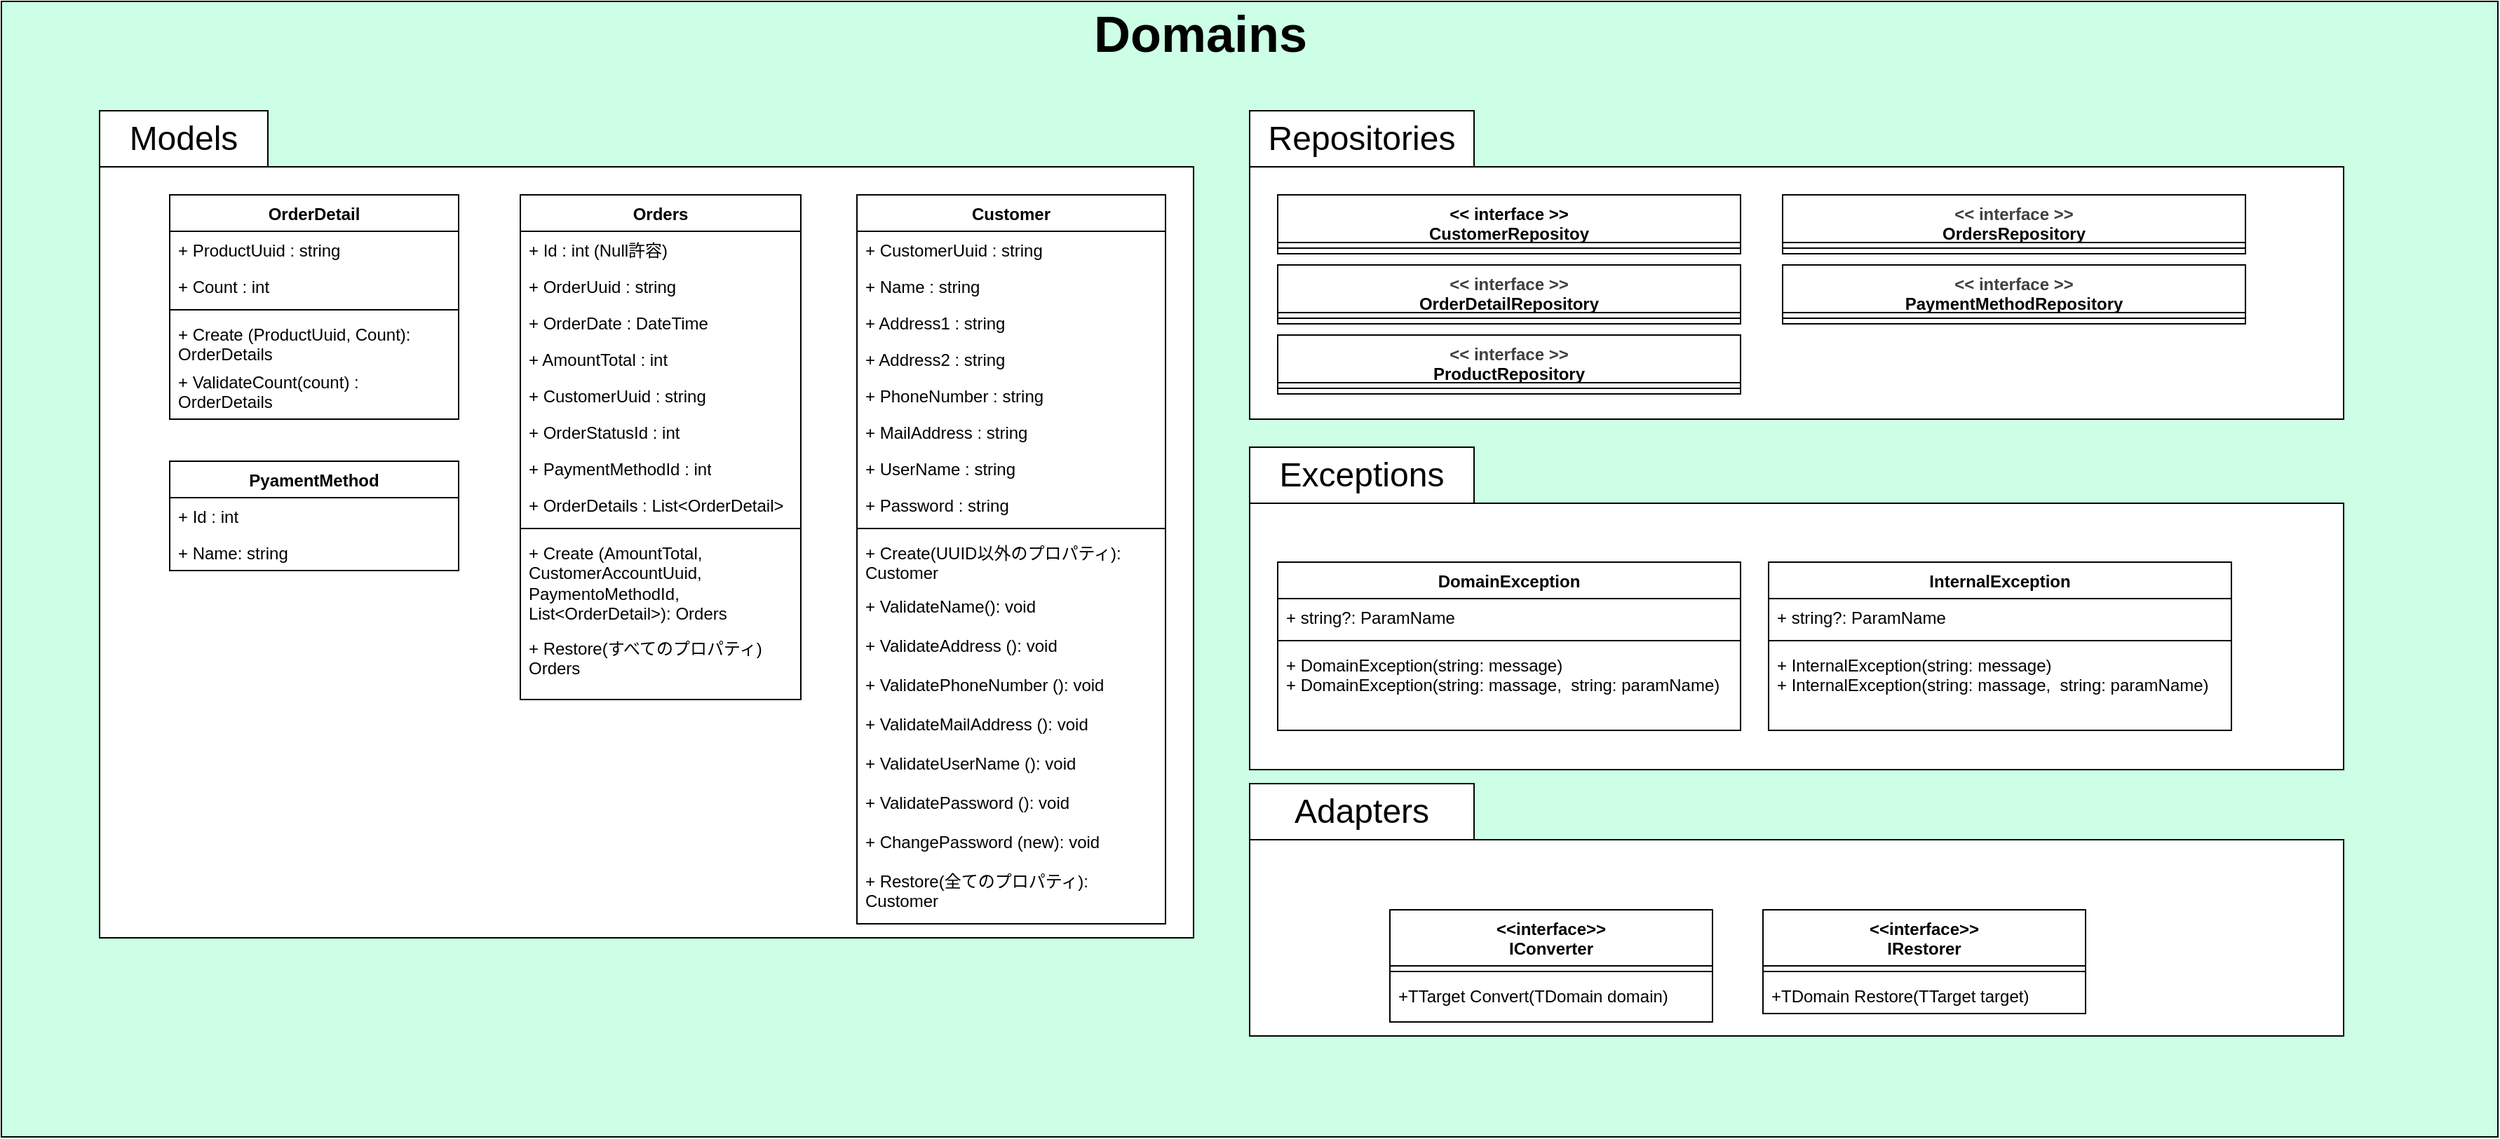
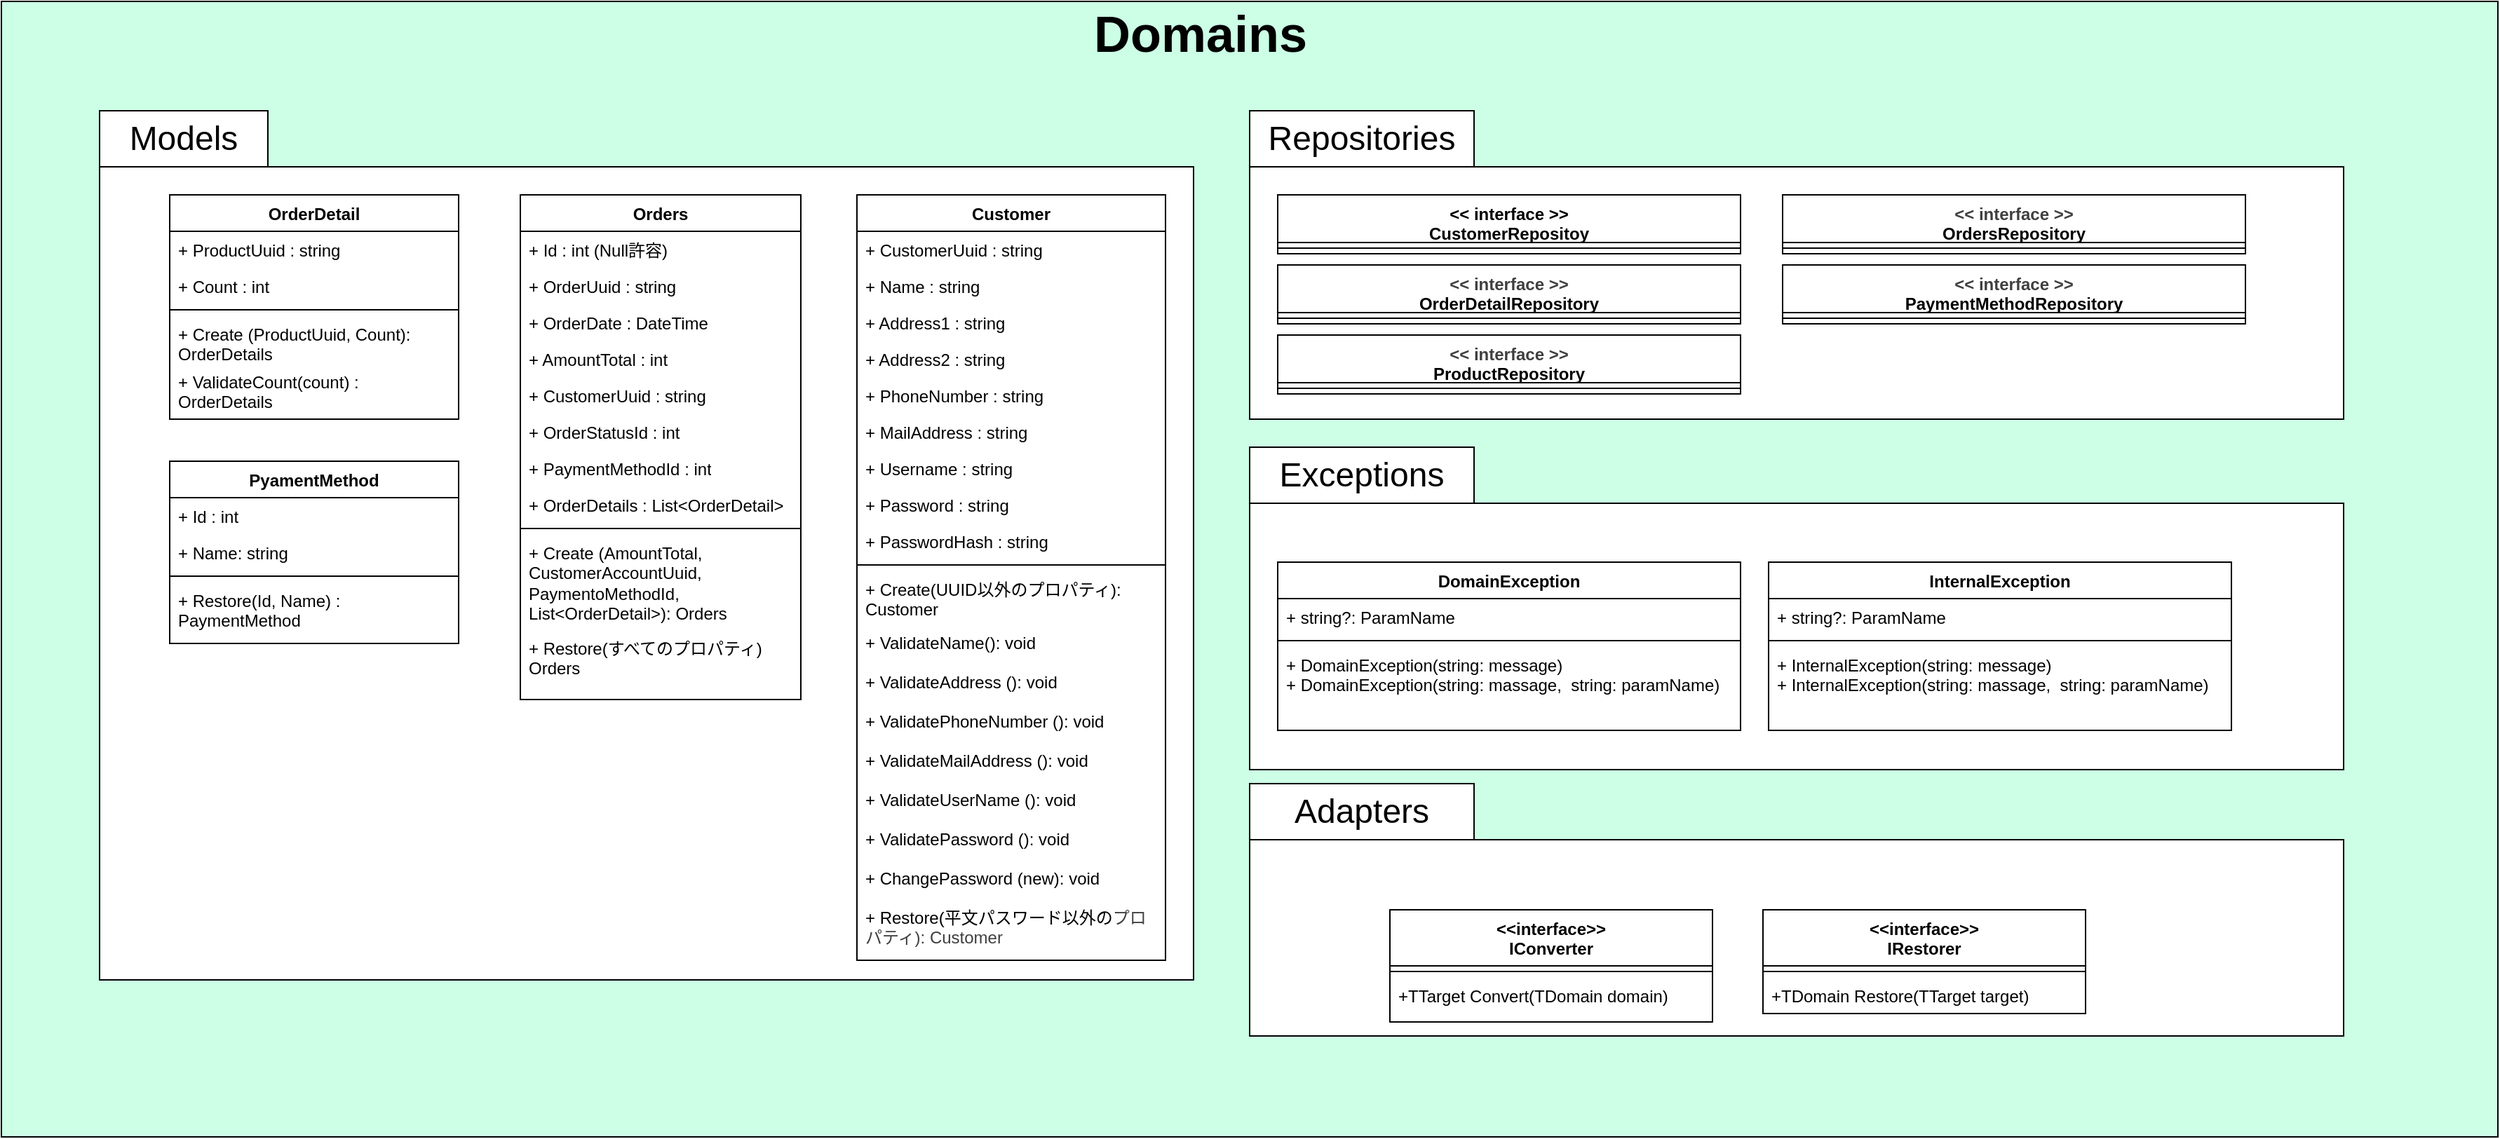
<mxfile host="65bd71144e">
    <diagram id="SwhVxfcrNr2Z_zkzJAcp" name="ページ1">
-         <mxGraphModel dx="2163" dy="616" grid="1" gridSize="10" guides="1" tooltips="1" connect="1" arrows="1" fold="1" page="1" pageScale="1" pageWidth="827" pageHeight="1169" math="0" shadow="0">
+         <mxGraphModel dx="1871" dy="481" grid="1" gridSize="10" guides="1" tooltips="1" connect="1" arrows="1" fold="1" page="1" pageScale="1" pageWidth="827" pageHeight="1169" math="0" shadow="0">
            <root>
                <mxCell id="0"/>
                <mxCell id="1" parent="0"/>
                <mxCell id="124" value="" style="rounded=0;whiteSpace=wrap;html=1;fillColor=#CCFFE6;" parent="1" vertex="1">
                    <mxGeometry x="-100" y="572" width="1780" height="810" as="geometry"/>
                </mxCell>
                <mxCell id="68" value="" style="rounded=0;whiteSpace=wrap;html=1;" parent="1" vertex="1">
-                     <mxGeometry x="-30" y="690" width="780" height="550" as="geometry"/>
+                     <mxGeometry x="-30" y="690" width="780" height="580" as="geometry"/>
                </mxCell>
                <mxCell id="2" value="Customer" style="swimlane;fontStyle=1;align=center;verticalAlign=top;childLayout=stackLayout;horizontal=1;startSize=26;horizontalStack=0;resizeParent=1;resizeParentMax=0;resizeLast=0;collapsible=1;marginBottom=0;whiteSpace=wrap;html=1;" parent="1" vertex="1">
-                     <mxGeometry x="510" y="710" width="220" height="520" as="geometry"/>
+                     <mxGeometry x="510" y="710" width="220" height="546" as="geometry"/>
                </mxCell>
                <mxCell id="3" value="+ CustomerUuid : string" style="text;strokeColor=none;fillColor=none;align=left;verticalAlign=top;spacingLeft=4;spacingRight=4;overflow=hidden;rotatable=0;points=[[0,0.5],[1,0.5]];portConstraint=eastwest;whiteSpace=wrap;html=1;" parent="2" vertex="1">
                    <mxGeometry y="26" width="220" height="26" as="geometry"/>
                </mxCell>
                <mxCell id="6" value="+ Name : string" style="text;strokeColor=none;fillColor=none;align=left;verticalAlign=top;spacingLeft=4;spacingRight=4;overflow=hidden;rotatable=0;points=[[0,0.5],[1,0.5]];portConstraint=eastwest;whiteSpace=wrap;html=1;" parent="2" vertex="1">
                    <mxGeometry y="52" width="220" height="26" as="geometry"/>
                </mxCell>
                <mxCell id="7" value="+ Address1 : string" style="text;strokeColor=none;fillColor=none;align=left;verticalAlign=top;spacingLeft=4;spacingRight=4;overflow=hidden;rotatable=0;points=[[0,0.5],[1,0.5]];portConstraint=eastwest;whiteSpace=wrap;html=1;" parent="2" vertex="1">
                    <mxGeometry y="78" width="220" height="26" as="geometry"/>
                </mxCell>
                <mxCell id="8" value="+ Address2 : string" style="text;strokeColor=none;fillColor=none;align=left;verticalAlign=top;spacingLeft=4;spacingRight=4;overflow=hidden;rotatable=0;points=[[0,0.5],[1,0.5]];portConstraint=eastwest;whiteSpace=wrap;html=1;" parent="2" vertex="1">
                    <mxGeometry y="104" width="220" height="26" as="geometry"/>
                </mxCell>
                <mxCell id="9" value="+ PhoneNumber : string" style="text;strokeColor=none;fillColor=none;align=left;verticalAlign=top;spacingLeft=4;spacingRight=4;overflow=hidden;rotatable=0;points=[[0,0.5],[1,0.5]];portConstraint=eastwest;whiteSpace=wrap;html=1;" parent="2" vertex="1">
                    <mxGeometry y="130" width="220" height="26" as="geometry"/>
                </mxCell>
                <mxCell id="10" value="+ MailAddress : string" style="text;strokeColor=none;fillColor=none;align=left;verticalAlign=top;spacingLeft=4;spacingRight=4;overflow=hidden;rotatable=0;points=[[0,0.5],[1,0.5]];portConstraint=eastwest;whiteSpace=wrap;html=1;" parent="2" vertex="1">
                    <mxGeometry y="156" width="220" height="26" as="geometry"/>
                </mxCell>
-                 <mxCell id="11" value="+ UserName : string" style="text;strokeColor=none;fillColor=none;align=left;verticalAlign=top;spacingLeft=4;spacingRight=4;overflow=hidden;rotatable=0;points=[[0,0.5],[1,0.5]];portConstraint=eastwest;whiteSpace=wrap;html=1;" parent="2" vertex="1">
+                 <mxCell id="11" value="+ Username : string" style="text;strokeColor=none;fillColor=none;align=left;verticalAlign=top;spacingLeft=4;spacingRight=4;overflow=hidden;rotatable=0;points=[[0,0.5],[1,0.5]];portConstraint=eastwest;whiteSpace=wrap;html=1;" parent="2" vertex="1">
                    <mxGeometry y="182" width="220" height="26" as="geometry"/>
                </mxCell>
                <mxCell id="12" value="+ Password : string" style="text;strokeColor=none;fillColor=none;align=left;verticalAlign=top;spacingLeft=4;spacingRight=4;overflow=hidden;rotatable=0;points=[[0,0.5],[1,0.5]];portConstraint=eastwest;whiteSpace=wrap;html=1;" parent="2" vertex="1">
                    <mxGeometry y="208" width="220" height="26" as="geometry"/>
                </mxCell>
+                 <mxCell id="126" value="+ PasswordHash : string" style="text;strokeColor=none;fillColor=none;align=left;verticalAlign=top;spacingLeft=4;spacingRight=4;overflow=hidden;rotatable=0;points=[[0,0.5],[1,0.5]];portConstraint=eastwest;whiteSpace=wrap;html=1;" vertex="1" parent="2">
+                     <mxGeometry y="234" width="220" height="26" as="geometry"/>
+                 </mxCell>
                <mxCell id="4" value="" style="line;strokeWidth=1;fillColor=none;align=left;verticalAlign=middle;spacingTop=-1;spacingLeft=3;spacingRight=3;rotatable=0;labelPosition=right;points=[];portConstraint=eastwest;strokeColor=inherit;" parent="2" vertex="1">
-                     <mxGeometry y="234" width="220" height="8" as="geometry"/>
+                     <mxGeometry y="260" width="220" height="8" as="geometry"/>
                </mxCell>
                <mxCell id="5" value="+ Create(UUID以外のプロパティ): Customer" style="text;strokeColor=none;fillColor=none;align=left;verticalAlign=top;spacingLeft=4;spacingRight=4;overflow=hidden;rotatable=0;points=[[0,0.5],[1,0.5]];portConstraint=eastwest;whiteSpace=wrap;html=1;" parent="2" vertex="1">
-                     <mxGeometry y="242" width="220" height="38" as="geometry"/>
+                     <mxGeometry y="268" width="220" height="38" as="geometry"/>
                </mxCell>
                <mxCell id="14" value="+ ValidateName(): void" style="text;strokeColor=none;fillColor=none;align=left;verticalAlign=top;spacingLeft=4;spacingRight=4;overflow=hidden;rotatable=0;points=[[0,0.5],[1,0.5]];portConstraint=eastwest;whiteSpace=wrap;html=1;" parent="2" vertex="1">
-                     <mxGeometry y="280" width="220" height="28" as="geometry"/>
+                     <mxGeometry y="306" width="220" height="28" as="geometry"/>
                </mxCell>
                <mxCell id="16" value="+ Validate&lt;span style=&quot;color: rgb(0, 0, 0);&quot;&gt;Address&amp;nbsp;&lt;/span&gt;(): void" style="text;strokeColor=none;fillColor=none;align=left;verticalAlign=top;spacingLeft=4;spacingRight=4;overflow=hidden;rotatable=0;points=[[0,0.5],[1,0.5]];portConstraint=eastwest;whiteSpace=wrap;html=1;" parent="2" vertex="1">
-                     <mxGeometry y="308" width="220" height="28" as="geometry"/>
+                     <mxGeometry y="334" width="220" height="28" as="geometry"/>
                </mxCell>
                <mxCell id="17" value="+ Validate&lt;span style=&quot;color: rgb(0, 0, 0);&quot;&gt;PhoneNumber &lt;/span&gt;(): void" style="text;strokeColor=none;fillColor=none;align=left;verticalAlign=top;spacingLeft=4;spacingRight=4;overflow=hidden;rotatable=0;points=[[0,0.5],[1,0.5]];portConstraint=eastwest;whiteSpace=wrap;html=1;" parent="2" vertex="1">
-                     <mxGeometry y="336" width="220" height="28" as="geometry"/>
+                     <mxGeometry y="362" width="220" height="28" as="geometry"/>
                </mxCell>
                <mxCell id="18" value="+ Validate&lt;span style=&quot;color: rgb(0, 0, 0);&quot;&gt;MailAddress &lt;/span&gt;(): void" style="text;strokeColor=none;fillColor=none;align=left;verticalAlign=top;spacingLeft=4;spacingRight=4;overflow=hidden;rotatable=0;points=[[0,0.5],[1,0.5]];portConstraint=eastwest;whiteSpace=wrap;html=1;" parent="2" vertex="1">
-                     <mxGeometry y="364" width="220" height="28" as="geometry"/>
+                     <mxGeometry y="390" width="220" height="28" as="geometry"/>
                </mxCell>
                <mxCell id="19" value="+ Validate&lt;span style=&quot;color: rgb(0, 0, 0);&quot;&gt;UserName &lt;/span&gt;(): void" style="text;strokeColor=none;fillColor=none;align=left;verticalAlign=top;spacingLeft=4;spacingRight=4;overflow=hidden;rotatable=0;points=[[0,0.5],[1,0.5]];portConstraint=eastwest;whiteSpace=wrap;html=1;" parent="2" vertex="1">
-                     <mxGeometry y="392" width="220" height="28" as="geometry"/>
+                     <mxGeometry y="418" width="220" height="28" as="geometry"/>
                </mxCell>
                <mxCell id="20" value="+ Validate&lt;span style=&quot;color: rgb(0, 0, 0);&quot;&gt;Password &lt;/span&gt;(): void" style="text;strokeColor=none;fillColor=none;align=left;verticalAlign=top;spacingLeft=4;spacingRight=4;overflow=hidden;rotatable=0;points=[[0,0.5],[1,0.5]];portConstraint=eastwest;whiteSpace=wrap;html=1;" parent="2" vertex="1">
-                     <mxGeometry y="420" width="220" height="28" as="geometry"/>
+                     <mxGeometry y="446" width="220" height="28" as="geometry"/>
                </mxCell>
                <mxCell id="102" value="+ Change&lt;span style=&quot;color: rgb(0, 0, 0);&quot;&gt;Password &lt;/span&gt;(new): void" style="text;strokeColor=none;fillColor=none;align=left;verticalAlign=top;spacingLeft=4;spacingRight=4;overflow=hidden;rotatable=0;points=[[0,0.5],[1,0.5]];portConstraint=eastwest;whiteSpace=wrap;html=1;" parent="2" vertex="1">
-                     <mxGeometry y="448" width="220" height="28" as="geometry"/>
-                 </mxCell>
-                 <mxCell id="15" value="+ Restore(全てのプロパティ): Customer" style="text;strokeColor=none;fillColor=none;align=left;verticalAlign=top;spacingLeft=4;spacingRight=4;overflow=hidden;rotatable=0;points=[[0,0.5],[1,0.5]];portConstraint=eastwest;whiteSpace=wrap;html=1;" parent="2" vertex="1">
-                     <mxGeometry y="476" width="220" height="44" as="geometry"/>
+                     <mxGeometry y="474" width="220" height="28" as="geometry"/>
+                 </mxCell>
+                 <mxCell id="15" value="+ Restore(平文パスワード以外の&lt;span style=&quot;color: rgb(63, 63, 63); background-color: transparent;&quot;&gt;プロパティ): Customer&lt;/span&gt;" style="text;strokeColor=none;fillColor=none;align=left;verticalAlign=top;spacingLeft=4;spacingRight=4;overflow=hidden;rotatable=0;points=[[0,0.5],[1,0.5]];portConstraint=eastwest;whiteSpace=wrap;html=1;" parent="2" vertex="1">
+                     <mxGeometry y="502" width="220" height="44" as="geometry"/>
                </mxCell>
                <mxCell id="25" value="Orders" style="swimlane;fontStyle=1;align=center;verticalAlign=top;childLayout=stackLayout;horizontal=1;startSize=26;horizontalStack=0;resizeParent=1;resizeParentMax=0;resizeLast=0;collapsible=1;marginBottom=0;whiteSpace=wrap;html=1;" parent="1" vertex="1">
                    <mxGeometry x="270" y="710" width="200" height="360" as="geometry"/>
                </mxCell>
                <mxCell id="26" value="+ Id : int (Null許容)" style="text;strokeColor=none;fillColor=none;align=left;verticalAlign=top;spacingLeft=4;spacingRight=4;overflow=hidden;rotatable=0;points=[[0,0.5],[1,0.5]];portConstraint=eastwest;whiteSpace=wrap;html=1;" parent="25" vertex="1">
                    <mxGeometry y="26" width="200" height="26" as="geometry"/>
                </mxCell>
                <mxCell id="40" value="+ OrderUuid : string" style="text;strokeColor=none;fillColor=none;align=left;verticalAlign=top;spacingLeft=4;spacingRight=4;overflow=hidden;rotatable=0;points=[[0,0.5],[1,0.5]];portConstraint=eastwest;whiteSpace=wrap;html=1;" parent="25" vertex="1">
                    <mxGeometry y="52" width="200" height="26" as="geometry"/>
                </mxCell>
                <mxCell id="44" value="+ OrderDate : DateTime" style="text;strokeColor=none;fillColor=none;align=left;verticalAlign=top;spacingLeft=4;spacingRight=4;overflow=hidden;rotatable=0;points=[[0,0.5],[1,0.5]];portConstraint=eastwest;whiteSpace=wrap;html=1;" parent="25" vertex="1">
                    <mxGeometry y="78" width="200" height="26" as="geometry"/>
                </mxCell>
                <mxCell id="43" value="+ AmountTotal : int" style="text;strokeColor=none;fillColor=none;align=left;verticalAlign=top;spacingLeft=4;spacingRight=4;overflow=hidden;rotatable=0;points=[[0,0.5],[1,0.5]];portConstraint=eastwest;whiteSpace=wrap;html=1;" parent="25" vertex="1">
                    <mxGeometry y="104" width="200" height="26" as="geometry"/>
                </mxCell>
                <mxCell id="42" value="+ CustomerUuid : string" style="text;strokeColor=none;fillColor=none;align=left;verticalAlign=top;spacingLeft=4;spacingRight=4;overflow=hidden;rotatable=0;points=[[0,0.5],[1,0.5]];portConstraint=eastwest;whiteSpace=wrap;html=1;" parent="25" vertex="1">
                    <mxGeometry y="130" width="200" height="26" as="geometry"/>
                </mxCell>
                <mxCell id="41" value="+ OrderStatusId : int" style="text;strokeColor=none;fillColor=none;align=left;verticalAlign=top;spacingLeft=4;spacingRight=4;overflow=hidden;rotatable=0;points=[[0,0.5],[1,0.5]];portConstraint=eastwest;whiteSpace=wrap;html=1;" parent="25" vertex="1">
                    <mxGeometry y="156" width="200" height="26" as="geometry"/>
                </mxCell>
                <mxCell id="47" value="+ PaymentMethodId : int" style="text;strokeColor=none;fillColor=none;align=left;verticalAlign=top;spacingLeft=4;spacingRight=4;overflow=hidden;rotatable=0;points=[[0,0.5],[1,0.5]];portConstraint=eastwest;whiteSpace=wrap;html=1;" parent="25" vertex="1">
                    <mxGeometry y="182" width="200" height="26" as="geometry"/>
                </mxCell>
                <mxCell id="46" value="+ OrderDetails : List&amp;lt;OrderDetail&amp;gt;" style="text;strokeColor=none;fillColor=none;align=left;verticalAlign=top;spacingLeft=4;spacingRight=4;overflow=hidden;rotatable=0;points=[[0,0.5],[1,0.5]];portConstraint=eastwest;whiteSpace=wrap;html=1;" parent="25" vertex="1">
                    <mxGeometry y="208" width="200" height="26" as="geometry"/>
                </mxCell>
                <mxCell id="27" value="" style="line;strokeWidth=1;fillColor=none;align=left;verticalAlign=middle;spacingTop=-1;spacingLeft=3;spacingRight=3;rotatable=0;labelPosition=right;points=[];portConstraint=eastwest;strokeColor=inherit;" parent="25" vertex="1">
                    <mxGeometry y="234" width="200" height="8" as="geometry"/>
                </mxCell>
                <mxCell id="49" value="+ Create (AmountTotal, CustomerAccountUuid, PaymentoMethodId, List&amp;lt;OrderDetail&amp;gt;): Orders" style="text;strokeColor=none;fillColor=none;align=left;verticalAlign=top;spacingLeft=4;spacingRight=4;overflow=hidden;rotatable=0;points=[[0,0.5],[1,0.5]];portConstraint=eastwest;whiteSpace=wrap;html=1;" parent="25" vertex="1">
                    <mxGeometry y="242" width="200" height="68" as="geometry"/>
                </mxCell>
                <mxCell id="28" value="+ Restore(すべてのプロパティ) Orders" style="text;strokeColor=none;fillColor=none;align=left;verticalAlign=top;spacingLeft=4;spacingRight=4;overflow=hidden;rotatable=0;points=[[0,0.5],[1,0.5]];portConstraint=eastwest;whiteSpace=wrap;html=1;" parent="25" vertex="1">
                    <mxGeometry y="310" width="200" height="50" as="geometry"/>
                </mxCell>
                <mxCell id="51" value="OrderDetail" style="swimlane;fontStyle=1;align=center;verticalAlign=top;childLayout=stackLayout;horizontal=1;startSize=26;horizontalStack=0;resizeParent=1;resizeParentMax=0;resizeLast=0;collapsible=1;marginBottom=0;whiteSpace=wrap;html=1;" parent="1" vertex="1">
                    <mxGeometry x="20" y="710" width="206" height="160" as="geometry"/>
                </mxCell>
                <mxCell id="52" value="+ ProductUuid : string" style="text;strokeColor=none;fillColor=none;align=left;verticalAlign=top;spacingLeft=4;spacingRight=4;overflow=hidden;rotatable=0;points=[[0,0.5],[1,0.5]];portConstraint=eastwest;whiteSpace=wrap;html=1;" parent="51" vertex="1">
                    <mxGeometry y="26" width="206" height="26" as="geometry"/>
                </mxCell>
                <mxCell id="53" value="+ Count : int" style="text;strokeColor=none;fillColor=none;align=left;verticalAlign=top;spacingLeft=4;spacingRight=4;overflow=hidden;rotatable=0;points=[[0,0.5],[1,0.5]];portConstraint=eastwest;whiteSpace=wrap;html=1;" parent="51" vertex="1">
                    <mxGeometry y="52" width="206" height="26" as="geometry"/>
                </mxCell>
                <mxCell id="59" value="" style="line;strokeWidth=1;fillColor=none;align=left;verticalAlign=middle;spacingTop=-1;spacingLeft=3;spacingRight=3;rotatable=0;labelPosition=right;points=[];portConstraint=eastwest;strokeColor=inherit;" parent="51" vertex="1">
                    <mxGeometry y="78" width="206" height="8" as="geometry"/>
                </mxCell>
                <mxCell id="61" value="+ Create (ProductUuid, Count): OrderDetails" style="text;strokeColor=none;fillColor=none;align=left;verticalAlign=top;spacingLeft=4;spacingRight=4;overflow=hidden;rotatable=0;points=[[0,0.5],[1,0.5]];portConstraint=eastwest;whiteSpace=wrap;html=1;" parent="51" vertex="1">
                    <mxGeometry y="86" width="206" height="34" as="geometry"/>
                </mxCell>
                <mxCell id="60" value="+ ValidateCount(count) : OrderDetails" style="text;strokeColor=none;fillColor=none;align=left;verticalAlign=top;spacingLeft=4;spacingRight=4;overflow=hidden;rotatable=0;points=[[0,0.5],[1,0.5]];portConstraint=eastwest;whiteSpace=wrap;html=1;" parent="51" vertex="1">
                    <mxGeometry y="120" width="206" height="40" as="geometry"/>
                </mxCell>
                <mxCell id="62" value="PyamentMethod" style="swimlane;fontStyle=1;align=center;verticalAlign=top;childLayout=stackLayout;horizontal=1;startSize=26;horizontalStack=0;resizeParent=1;resizeParentMax=0;resizeLast=0;collapsible=1;marginBottom=0;whiteSpace=wrap;html=1;" parent="1" vertex="1">
-                     <mxGeometry x="20" y="900" width="206" height="78" as="geometry"/>
+                     <mxGeometry x="20" y="900" width="206" height="130" as="geometry"/>
                </mxCell>
                <mxCell id="63" value="+ Id : int" style="text;strokeColor=none;fillColor=none;align=left;verticalAlign=top;spacingLeft=4;spacingRight=4;overflow=hidden;rotatable=0;points=[[0,0.5],[1,0.5]];portConstraint=eastwest;whiteSpace=wrap;html=1;" parent="62" vertex="1">
                    <mxGeometry y="26" width="206" height="26" as="geometry"/>
                </mxCell>
                <mxCell id="64" value="+ Name: string" style="text;strokeColor=none;fillColor=none;align=left;verticalAlign=top;spacingLeft=4;spacingRight=4;overflow=hidden;rotatable=0;points=[[0,0.5],[1,0.5]];portConstraint=eastwest;whiteSpace=wrap;html=1;" parent="62" vertex="1">
                    <mxGeometry y="52" width="206" height="26" as="geometry"/>
+                 </mxCell>
+                 <mxCell id="128" value="" style="line;strokeWidth=1;fillColor=none;align=left;verticalAlign=middle;spacingTop=-1;spacingLeft=3;spacingRight=3;rotatable=0;labelPosition=right;points=[];portConstraint=eastwest;strokeColor=inherit;" vertex="1" parent="62">
+                     <mxGeometry y="78" width="206" height="8" as="geometry"/>
+                 </mxCell>
+                 <mxCell id="127" value="+ Restore(Id, Name) : PaymentMethod" style="text;strokeColor=none;fillColor=none;align=left;verticalAlign=top;spacingLeft=4;spacingRight=4;overflow=hidden;rotatable=0;points=[[0,0.5],[1,0.5]];portConstraint=eastwest;whiteSpace=wrap;html=1;" vertex="1" parent="62">
+                     <mxGeometry y="86" width="206" height="44" as="geometry"/>
                </mxCell>
                <mxCell id="69" value="&lt;font style=&quot;font-size: 24px;&quot;&gt;Models&lt;/font&gt;" style="rounded=0;whiteSpace=wrap;html=1;" parent="1" vertex="1">
                    <mxGeometry x="-30" y="650" width="120" height="40" as="geometry"/>
                </mxCell>
                <mxCell id="70" value="" style="rounded=0;whiteSpace=wrap;html=1;" parent="1" vertex="1">
                    <mxGeometry x="790" y="690" width="780" height="180" as="geometry"/>
                </mxCell>
                <mxCell id="71" value="&lt;font style=&quot;font-size: 24px;&quot;&gt;Repositories&lt;/font&gt;" style="rounded=0;whiteSpace=wrap;html=1;" parent="1" vertex="1">
                    <mxGeometry x="790" y="650" width="160" height="40" as="geometry"/>
                </mxCell>
                <mxCell id="72" value="" style="rounded=0;whiteSpace=wrap;html=1;" parent="1" vertex="1">
                    <mxGeometry x="790" y="930" width="780" height="190" as="geometry"/>
                </mxCell>
                <mxCell id="73" value="&lt;font style=&quot;font-size: 24px;&quot;&gt;Exceptions&lt;/font&gt;" style="rounded=0;whiteSpace=wrap;html=1;" parent="1" vertex="1">
                    <mxGeometry x="790" y="890" width="160" height="40" as="geometry"/>
                </mxCell>
                <mxCell id="78" value="DomainException" style="swimlane;fontStyle=1;align=center;verticalAlign=top;childLayout=stackLayout;horizontal=1;startSize=26;horizontalStack=0;resizeParent=1;resizeParentMax=0;resizeLast=0;collapsible=1;marginBottom=0;whiteSpace=wrap;html=1;" parent="1" vertex="1">
                    <mxGeometry x="810" y="972" width="330" height="120" as="geometry"/>
                </mxCell>
                <mxCell id="79" value="+ string?: ParamName" style="text;strokeColor=none;fillColor=none;align=left;verticalAlign=top;spacingLeft=4;spacingRight=4;overflow=hidden;rotatable=0;points=[[0,0.5],[1,0.5]];portConstraint=eastwest;whiteSpace=wrap;html=1;" parent="78" vertex="1">
                    <mxGeometry y="26" width="330" height="26" as="geometry"/>
                </mxCell>
                <mxCell id="80" value="" style="line;strokeWidth=1;fillColor=none;align=left;verticalAlign=middle;spacingTop=-1;spacingLeft=3;spacingRight=3;rotatable=0;labelPosition=right;points=[];portConstraint=eastwest;strokeColor=inherit;" parent="78" vertex="1">
                    <mxGeometry y="52" width="330" height="8" as="geometry"/>
                </mxCell>
                <mxCell id="81" value="+ DomainException(string: message)&lt;div&gt;+ DomainException(string: massage,&amp;nbsp; string: paramName)&lt;/div&gt;" style="text;strokeColor=none;fillColor=none;align=left;verticalAlign=top;spacingLeft=4;spacingRight=4;overflow=hidden;rotatable=0;points=[[0,0.5],[1,0.5]];portConstraint=eastwest;whiteSpace=wrap;html=1;" parent="78" vertex="1">
                    <mxGeometry y="60" width="330" height="60" as="geometry"/>
                </mxCell>
                <mxCell id="82" value="InternalException" style="swimlane;fontStyle=1;align=center;verticalAlign=top;childLayout=stackLayout;horizontal=1;startSize=26;horizontalStack=0;resizeParent=1;resizeParentMax=0;resizeLast=0;collapsible=1;marginBottom=0;whiteSpace=wrap;html=1;" parent="1" vertex="1">
                    <mxGeometry x="1160" y="972" width="330" height="120" as="geometry"/>
                </mxCell>
                <mxCell id="83" value="+ string?: ParamName" style="text;strokeColor=none;fillColor=none;align=left;verticalAlign=top;spacingLeft=4;spacingRight=4;overflow=hidden;rotatable=0;points=[[0,0.5],[1,0.5]];portConstraint=eastwest;whiteSpace=wrap;html=1;" parent="82" vertex="1">
                    <mxGeometry y="26" width="330" height="26" as="geometry"/>
                </mxCell>
                <mxCell id="84" value="" style="line;strokeWidth=1;fillColor=none;align=left;verticalAlign=middle;spacingTop=-1;spacingLeft=3;spacingRight=3;rotatable=0;labelPosition=right;points=[];portConstraint=eastwest;strokeColor=inherit;" parent="82" vertex="1">
                    <mxGeometry y="52" width="330" height="8" as="geometry"/>
                </mxCell>
                <mxCell id="85" value="+ InternalException(string: message)&lt;div&gt;+ InternalException(string: massage,&amp;nbsp; string: paramName)&lt;/div&gt;" style="text;strokeColor=none;fillColor=none;align=left;verticalAlign=top;spacingLeft=4;spacingRight=4;overflow=hidden;rotatable=0;points=[[0,0.5],[1,0.5]];portConstraint=eastwest;whiteSpace=wrap;html=1;" parent="82" vertex="1">
                    <mxGeometry y="60" width="330" height="60" as="geometry"/>
                </mxCell>
                <mxCell id="86" value="" style="rounded=0;whiteSpace=wrap;html=1;" parent="1" vertex="1">
                    <mxGeometry x="790" y="1170" width="780" height="140" as="geometry"/>
                </mxCell>
                <mxCell id="87" value="&lt;font style=&quot;font-size: 24px;&quot;&gt;Adapters&lt;/font&gt;" style="rounded=0;whiteSpace=wrap;html=1;" parent="1" vertex="1">
                    <mxGeometry x="790" y="1130" width="160" height="40" as="geometry"/>
                </mxCell>
                <mxCell id="96" value="&amp;lt;&amp;lt;interface&amp;gt;&amp;gt;&lt;div&gt;IConverter&lt;/div&gt;" style="swimlane;fontStyle=1;align=center;verticalAlign=top;childLayout=stackLayout;horizontal=1;startSize=40;horizontalStack=0;resizeParent=1;resizeParentMax=0;resizeLast=0;collapsible=1;marginBottom=0;whiteSpace=wrap;html=1;" parent="1" vertex="1">
                    <mxGeometry x="890" y="1220" width="230" height="80" as="geometry"/>
                </mxCell>
                <mxCell id="97" value="" style="line;strokeWidth=1;fillColor=none;align=left;verticalAlign=middle;spacingTop=-1;spacingLeft=3;spacingRight=3;rotatable=0;labelPosition=right;points=[];portConstraint=eastwest;strokeColor=inherit;" parent="96" vertex="1">
                    <mxGeometry y="40" width="230" height="8" as="geometry"/>
                </mxCell>
                <mxCell id="98" value="+TTarget Convert(TDomain domain)" style="text;strokeColor=none;fillColor=none;align=left;verticalAlign=top;spacingLeft=4;spacingRight=4;overflow=hidden;rotatable=0;points=[[0,0.5],[1,0.5]];portConstraint=eastwest;whiteSpace=wrap;html=1;" parent="96" vertex="1">
                    <mxGeometry y="48" width="230" height="32" as="geometry"/>
                </mxCell>
                <mxCell id="99" value="&amp;lt;&amp;lt;interface&amp;gt;&amp;gt;&lt;div&gt;IRestorer&lt;/div&gt;" style="swimlane;fontStyle=1;align=center;verticalAlign=top;childLayout=stackLayout;horizontal=1;startSize=40;horizontalStack=0;resizeParent=1;resizeParentMax=0;resizeLast=0;collapsible=1;marginBottom=0;whiteSpace=wrap;html=1;" parent="1" vertex="1">
                    <mxGeometry x="1156" y="1220" width="230" height="74" as="geometry"/>
                </mxCell>
                <mxCell id="100" value="" style="line;strokeWidth=1;fillColor=none;align=left;verticalAlign=middle;spacingTop=-1;spacingLeft=3;spacingRight=3;rotatable=0;labelPosition=right;points=[];portConstraint=eastwest;strokeColor=inherit;" parent="99" vertex="1">
                    <mxGeometry y="40" width="230" height="8" as="geometry"/>
                </mxCell>
                <mxCell id="101" value="+TDomain Restore(TTarget target)" style="text;strokeColor=none;fillColor=none;align=left;verticalAlign=top;spacingLeft=4;spacingRight=4;overflow=hidden;rotatable=0;points=[[0,0.5],[1,0.5]];portConstraint=eastwest;whiteSpace=wrap;html=1;" parent="99" vertex="1">
                    <mxGeometry y="48" width="230" height="26" as="geometry"/>
                </mxCell>
                <mxCell id="103" value="&lt;div&gt;&lt;span style=&quot;background-color: transparent;&quot;&gt;&amp;lt;&amp;lt; interface &amp;gt;&amp;gt;&lt;/span&gt;&lt;/div&gt;&lt;div&gt;&lt;span style=&quot;background-color: transparent;&quot;&gt;CustomerRepositoy&lt;/span&gt;&lt;/div&gt;" style="swimlane;fontStyle=1;align=center;verticalAlign=top;childLayout=stackLayout;horizontal=1;startSize=34;horizontalStack=0;resizeParent=1;resizeParentMax=0;resizeLast=0;collapsible=1;marginBottom=0;whiteSpace=wrap;html=1;" parent="1" vertex="1">
                    <mxGeometry x="810" y="710" width="330" height="42" as="geometry"/>
                </mxCell>
                <mxCell id="104" value="" style="line;strokeWidth=1;fillColor=none;align=left;verticalAlign=middle;spacingTop=-1;spacingLeft=3;spacingRight=3;rotatable=0;labelPosition=right;points=[];portConstraint=eastwest;strokeColor=inherit;" parent="103" vertex="1">
                    <mxGeometry y="34" width="330" height="8" as="geometry"/>
                </mxCell>
                <mxCell id="109" value="&lt;div&gt;&lt;div style=&quot;color: rgb(63, 63, 63); scrollbar-color: rgb(226, 226, 226) rgb(251, 251, 251);&quot;&gt;&lt;span style=&quot;color: rgb(63, 63, 63); scrollbar-color: rgb(226, 226, 226) rgb(251, 251, 251); background-color: transparent;&quot;&gt;&amp;lt;&amp;lt; interface &amp;gt;&amp;gt;&lt;/span&gt;&lt;/div&gt;&lt;/div&gt;PaymentMethodRepository" style="swimlane;fontStyle=1;align=center;verticalAlign=top;childLayout=stackLayout;horizontal=1;startSize=34;horizontalStack=0;resizeParent=1;resizeParentMax=0;resizeLast=0;collapsible=1;marginBottom=0;whiteSpace=wrap;html=1;" parent="1" vertex="1">
                    <mxGeometry x="1170" y="760" width="330" height="42" as="geometry"/>
                </mxCell>
                <mxCell id="110" value="" style="line;strokeWidth=1;fillColor=none;align=left;verticalAlign=middle;spacingTop=-1;spacingLeft=3;spacingRight=3;rotatable=0;labelPosition=right;points=[];portConstraint=eastwest;strokeColor=inherit;" parent="109" vertex="1">
                    <mxGeometry y="34" width="330" height="8" as="geometry"/>
                </mxCell>
                <mxCell id="112" value="&lt;div&gt;&lt;div style=&quot;color: rgb(63, 63, 63); scrollbar-color: rgb(226, 226, 226) rgb(251, 251, 251);&quot;&gt;&lt;span style=&quot;color: rgb(63, 63, 63); scrollbar-color: rgb(226, 226, 226) rgb(251, 251, 251); background-color: transparent;&quot;&gt;&amp;lt;&amp;lt; interface &amp;gt;&amp;gt;&lt;/span&gt;&lt;/div&gt;&lt;/div&gt;ProductRepository" style="swimlane;fontStyle=1;align=center;verticalAlign=top;childLayout=stackLayout;horizontal=1;startSize=34;horizontalStack=0;resizeParent=1;resizeParentMax=0;resizeLast=0;collapsible=1;marginBottom=0;whiteSpace=wrap;html=1;" parent="1" vertex="1">
                    <mxGeometry x="810" y="810" width="330" height="42" as="geometry"/>
                </mxCell>
                <mxCell id="113" value="" style="line;strokeWidth=1;fillColor=none;align=left;verticalAlign=middle;spacingTop=-1;spacingLeft=3;spacingRight=3;rotatable=0;labelPosition=right;points=[];portConstraint=eastwest;strokeColor=inherit;" parent="112" vertex="1">
                    <mxGeometry y="34" width="330" height="8" as="geometry"/>
                </mxCell>
                <mxCell id="115" value="&lt;div&gt;&lt;div style=&quot;color: rgb(63, 63, 63); scrollbar-color: rgb(226, 226, 226) rgb(251, 251, 251);&quot;&gt;&lt;span style=&quot;color: rgb(63, 63, 63); scrollbar-color: rgb(226, 226, 226) rgb(251, 251, 251); background-color: transparent;&quot;&gt;&amp;lt;&amp;lt; interface &amp;gt;&amp;gt;&lt;/span&gt;&lt;/div&gt;&lt;/div&gt;OrdersRepository" style="swimlane;fontStyle=1;align=center;verticalAlign=top;childLayout=stackLayout;horizontal=1;startSize=34;horizontalStack=0;resizeParent=1;resizeParentMax=0;resizeLast=0;collapsible=1;marginBottom=0;whiteSpace=wrap;html=1;" parent="1" vertex="1">
                    <mxGeometry x="1170" y="710" width="330" height="42" as="geometry"/>
                </mxCell>
                <mxCell id="116" value="" style="line;strokeWidth=1;fillColor=none;align=left;verticalAlign=middle;spacingTop=-1;spacingLeft=3;spacingRight=3;rotatable=0;labelPosition=right;points=[];portConstraint=eastwest;strokeColor=inherit;" parent="115" vertex="1">
                    <mxGeometry y="34" width="330" height="8" as="geometry"/>
                </mxCell>
                <mxCell id="120" value="&lt;div&gt;&lt;div style=&quot;color: rgb(63, 63, 63); scrollbar-color: rgb(226, 226, 226) rgb(251, 251, 251);&quot;&gt;&lt;span style=&quot;color: rgb(63, 63, 63); scrollbar-color: rgb(226, 226, 226) rgb(251, 251, 251); background-color: transparent;&quot;&gt;&amp;lt;&amp;lt; interface &amp;gt;&amp;gt;&lt;/span&gt;&lt;/div&gt;&lt;/div&gt;OrderDetailRepository" style="swimlane;fontStyle=1;align=center;verticalAlign=top;childLayout=stackLayout;horizontal=1;startSize=34;horizontalStack=0;resizeParent=1;resizeParentMax=0;resizeLast=0;collapsible=1;marginBottom=0;whiteSpace=wrap;html=1;" parent="1" vertex="1">
                    <mxGeometry x="810" y="760" width="330" height="42" as="geometry"/>
                </mxCell>
                <mxCell id="121" value="" style="line;strokeWidth=1;fillColor=none;align=left;verticalAlign=middle;spacingTop=-1;spacingLeft=3;spacingRight=3;rotatable=0;labelPosition=right;points=[];portConstraint=eastwest;strokeColor=inherit;" parent="120" vertex="1">
                    <mxGeometry y="34" width="330" height="8" as="geometry"/>
                </mxCell>
                <mxCell id="125" value="&lt;font style=&quot;font-size: 36px;&quot;&gt;Domains&lt;/font&gt;" style="text;html=1;align=center;verticalAlign=middle;whiteSpace=wrap;rounded=0;fontStyle=1" parent="1" vertex="1">
                    <mxGeometry x="590" y="580" width="330" height="30" as="geometry"/>
                </mxCell>
            </root>
        </mxGraphModel>
    </diagram>
</mxfile>